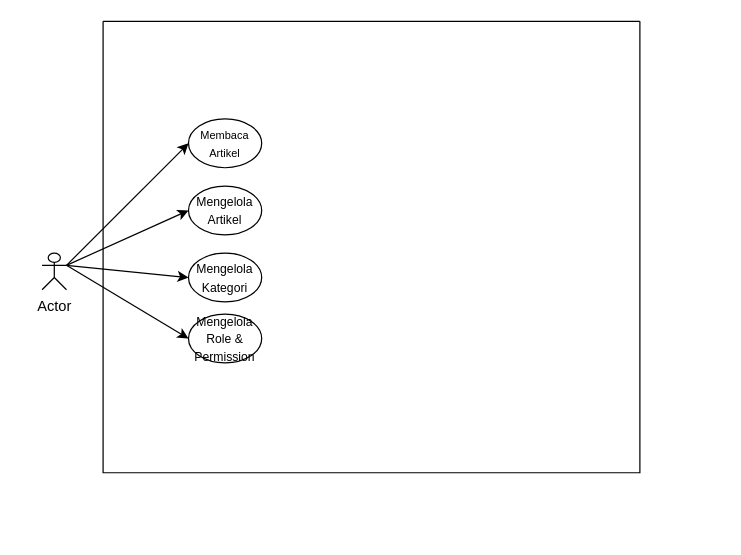
The draw.io diagram use case.drawio in EnjoyUrLife69/ARTICLE, before the edit. Source tidied: cells renumbered, new cells numbered last; positions are measured from the earlier drawing's top-left corner, leaving out a move shared by most shapes. Both pictures are drawn from the tidied source at 122%, with x=0, y=0 at pixel (41, 21).
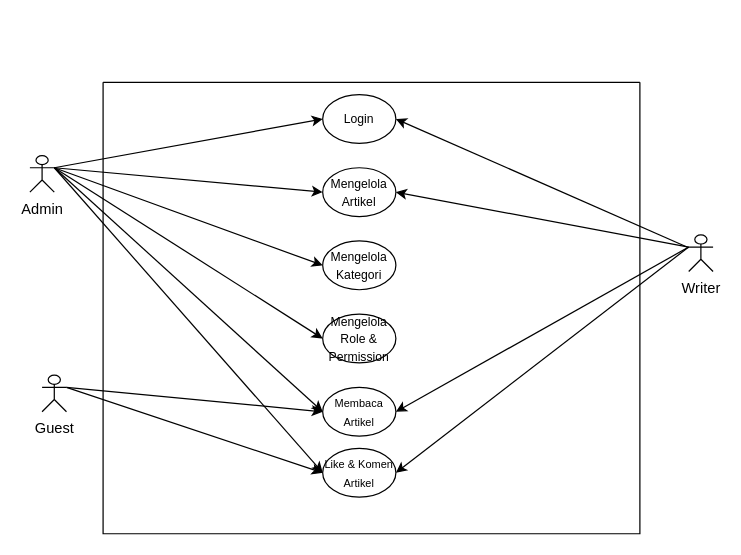
After the change.

Change to the diagram source:
```diff
@@
-    <mxCell id="2" value="Actor" style="shape=umlActor;verticalLabelPosition=bottom;verticalAlign=top;html=1;outlineConnect=0;" parent="1" vertex="1">
-      <mxGeometry y="190" width="20" height="30" as="geometry" />
+    <mxCell id="2" value="Admin" style="shape=umlActor;verticalLabelPosition=bottom;verticalAlign=top;html=1;outlineConnect=0;" parent="1" vertex="1">
+      <mxGeometry x="-10" y="110" width="20" height="30" as="geometry" />
     </mxCell>
     <mxCell id="3" style="swimlane;startSize=0;" parent="1" vertex="1">
-      <mxGeometry x="50" width="440" height="370" as="geometry" />
+      <mxGeometry x="50" y="50" width="440" height="370" as="geometry" />
     </mxCell>
     <mxCell id="4" value="&lt;font style=&quot;font-size: 9px;&quot;&gt;Membaca&lt;/font&gt;&lt;div&gt;&lt;font style=&quot;font-size: 9px;&quot;&gt;Artikel&lt;/font&gt;&lt;/div&gt;" style="ellipse;whiteSpace=wrap;html=1;" parent="3" vertex="1">
-      <mxGeometry x="70" y="80" width="60" height="40" as="geometry" />
+      <mxGeometry x="180" y="250" width="60" height="40" as="geometry" />
     </mxCell>
     <mxCell id="5" value="&lt;font size=&quot;1&quot;&gt;Mengelola&lt;/font&gt;&lt;div&gt;&lt;font size=&quot;1&quot;&gt;Artikel&lt;/font&gt;&lt;/div&gt;" style="ellipse;whiteSpace=wrap;html=1;" parent="3" vertex="1">
-      <mxGeometry x="70" y="135" width="60" height="40" as="geometry" />
+      <mxGeometry x="180" y="70" width="60" height="40" as="geometry" />
     </mxCell>
     <mxCell id="6" value="&lt;font size=&quot;1&quot;&gt;Mengelola&lt;/font&gt;&lt;div&gt;&lt;font size=&quot;1&quot;&gt;Kategori&lt;/font&gt;&lt;/div&gt;" style="ellipse;whiteSpace=wrap;html=1;" parent="3" vertex="1">
-      <mxGeometry x="70" y="190" width="60" height="40" as="geometry" />
+      <mxGeometry x="180" y="130" width="60" height="40" as="geometry" />
     </mxCell>
     <mxCell id="7" value="&lt;font size=&quot;1&quot;&gt;Mengelola&lt;/font&gt;&lt;div&gt;&lt;font size=&quot;1&quot;&gt;Role &amp;amp; Permission&lt;/font&gt;&lt;/div&gt;" style="ellipse;whiteSpace=wrap;html=1;" parent="3" vertex="1">
-      <mxGeometry x="70" y="240" width="60" height="40" as="geometry" />
+      <mxGeometry x="180" y="190" width="60" height="40" as="geometry" />
     </mxCell>
+    <mxCell id="12" value="&lt;font size=&quot;1&quot;&gt;Login&lt;/font&gt;" style="ellipse;whiteSpace=wrap;html=1;" parent="3" vertex="1">
+      <mxGeometry x="180" y="10" width="60" height="40" as="geometry" />
+    </mxCell>
+    <mxCell id="13" value="&lt;font style=&quot;font-size: 9px;&quot;&gt;Like &amp;amp; Komen Artikel&lt;/font&gt;" style="ellipse;whiteSpace=wrap;html=1;" parent="3" vertex="1">
+      <mxGeometry x="180" y="300" width="60" height="40" as="geometry" />
+    </mxCell>
-    <mxCell id="8" style="endArrow=classic;html=1;rounded=0;entryX=0;entryY=0.5;entryDx=0;entryDy=0;" parent="1" edge="1" target="4">
-      <mxGeometry relative="1" as="geometry">
-        <mxPoint x="20" y="200" as="sourcePoint" />
-      </mxGeometry>
+    <mxCell id="8" style="endArrow=classic;html=1;rounded=0;entryX=0;entryY=0.5;entryDx=0;entryDy=0;exitX=1;exitY=0.3333333333333333;exitDx=0;exitDy=0;exitPerimeter=0;" parent="1" edge="1" source="2" target="4">
+      <mxGeometry relative="1" as="geometry" />
     </mxCell>
-    <mxCell id="9" style="endArrow=classic;html=1;rounded=0;entryX=0;entryY=0.5;entryDx=0;entryDy=0;" parent="1" edge="1" target="5">
-      <mxGeometry relative="1" as="geometry">
-        <mxPoint x="20" y="200" as="sourcePoint" />
-      </mxGeometry>
+    <mxCell id="9" style="endArrow=classic;html=1;rounded=0;entryX=0;entryY=0.5;entryDx=0;entryDy=0;exitX=1;exitY=0.3333333333333333;exitDx=0;exitDy=0;exitPerimeter=0;" parent="1" edge="1" source="2" target="5">
+      <mxGeometry relative="1" as="geometry" />
     </mxCell>
@@
+    <mxCell id="14" value="Writer" style="shape=umlActor;verticalLabelPosition=bottom;verticalAlign=top;html=1;outlineConnect=0;" parent="1" vertex="1">
+      <mxGeometry x="530" y="175" width="20" height="30" as="geometry" />
+    </mxCell>
+    <mxCell id="15" style="endArrow=classic;html=1;rounded=0;entryX=1;entryY=0.5;entryDx=0;entryDy=0;" parent="1" edge="1" source="14" target="12">
+      <mxGeometry relative="1" as="geometry" />
+    </mxCell>
+    <mxCell id="16" style="endArrow=classic;html=1;rounded=0;exitX=1;exitY=0.3333333333333333;exitDx=0;exitDy=0;exitPerimeter=0;entryX=0;entryY=0.5;entryDx=0;entryDy=0;" parent="1" edge="1" source="2" target="12">
+      <mxGeometry relative="1" as="geometry" />
+    </mxCell>
+    <mxCell id="17" style="endArrow=classic;html=1;rounded=0;exitX=0;exitY=0.3333333333333333;exitDx=0;exitDy=0;exitPerimeter=0;entryX=1;entryY=0.5;entryDx=0;entryDy=0;" parent="1" edge="1" source="14" target="4">
+      <mxGeometry relative="1" as="geometry" />
+    </mxCell>
+    <mxCell id="18" style="endArrow=classic;html=1;rounded=0;exitX=0;exitY=0.3333333333333333;exitDx=0;exitDy=0;exitPerimeter=0;entryX=1;entryY=0.5;entryDx=0;entryDy=0;" parent="1" edge="1" source="14" target="5">
+      <mxGeometry relative="1" as="geometry" />
+    </mxCell>
+    <mxCell id="19" value="Guest" style="shape=umlActor;verticalLabelPosition=bottom;verticalAlign=top;html=1;outlineConnect=0;" parent="1" vertex="1">
+      <mxGeometry y="290" width="20" height="30" as="geometry" />
+    </mxCell>
+    <mxCell id="20" style="endArrow=classic;html=1;rounded=0;exitX=1;exitY=0.3333333333333333;exitDx=0;exitDy=0;exitPerimeter=0;entryX=0;entryY=0.5;entryDx=0;entryDy=0;" parent="1" edge="1" source="19" target="4">
+      <mxGeometry relative="1" as="geometry" />
+    </mxCell>
+    <mxCell id="21" style="endArrow=classic;html=1;rounded=0;exitX=0;exitY=0.3333333333333333;exitDx=0;exitDy=0;exitPerimeter=0;entryX=1;entryY=0.5;entryDx=0;entryDy=0;" parent="1" edge="1" source="14" target="13">
+      <mxGeometry relative="1" as="geometry" />
+    </mxCell>
+    <mxCell id="22" style="endArrow=classic;html=1;rounded=0;entryX=0;entryY=0.5;entryDx=0;entryDy=0;" parent="1" edge="1" target="13">
+      <mxGeometry relative="1" as="geometry">
+        <mxPoint x="20" y="300" as="sourcePoint" />
+      </mxGeometry>
+    </mxCell>
+    <mxCell id="23" style="endArrow=classic;html=1;rounded=0;exitX=1;exitY=0.3333333333333333;exitDx=0;exitDy=0;exitPerimeter=0;entryX=0;entryY=0.5;entryDx=0;entryDy=0;" parent="1" edge="1" source="2" target="13">
+      <mxGeometry relative="1" as="geometry" />
+    </mxCell>
```
